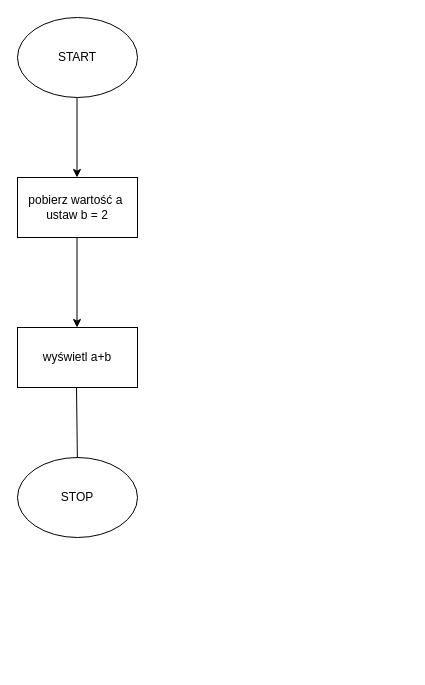
Earlier version of the draw.io diagram Diagram bez tytułu.drawio (marveksik/Algorytmy). Source tidied: cells renumbered, new cells numbered last; positions are measured from the earlier drawing's top-left corner, leaving out a move shared by most shapes. Both pictures are drawn from the tidied source at 100%, with x=0, y=0 at pixel (17, 17).
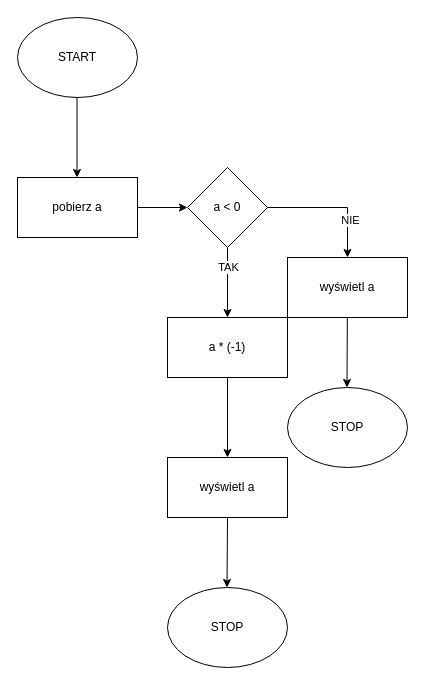
The same diagram, later.

The edit, as a diff of the source:
```diff
@@
-    <mxCell id="4" value="pobierz wartość a&amp;nbsp;&lt;br&gt;ustaw b = 2" style="rounded=0;whiteSpace=wrap;html=1;" parent="1" vertex="1">
+    <mxCell id="4" value="pobierz a" style="rounded=0;whiteSpace=wrap;html=1;" parent="1" vertex="1">
       <mxGeometry y="160" width="120" height="60" as="geometry" />
     </mxCell>
-    <mxCell id="5" style="endArrow=classic;html=1;rounded=0;" parent="1" edge="1">
-      <mxGeometry relative="1" as="geometry">
-        <mxPoint x="59.5" y="220" as="sourcePoint" />
-        <mxPoint x="59.5" y="310" as="targetPoint" />
-      </mxGeometry>
-    </mxCell>
-    <mxCell id="6" value="wyświetl a+b" style="rounded=0;whiteSpace=wrap;html=1;" parent="1" vertex="1">
-      <mxGeometry y="310" width="120" height="60" as="geometry" />
+    <mxCell id="6" value="a * (-1)" style="rounded=0;whiteSpace=wrap;html=1;" parent="1" vertex="1">
+      <mxGeometry x="150" y="300" width="120" height="60" as="geometry" />
     </mxCell>
-    <mxCell id="7" style="endArrow=classic;html=1;rounded=0;" parent="1" edge="1">
-      <mxGeometry relative="1" as="geometry">
-        <mxPoint x="59" y="370" as="sourcePoint" />
-        <mxPoint x="60" y="450" as="targetPoint" />
-      </mxGeometry>
-    </mxCell>
     <mxCell id="8" value="STOP" style="ellipse;whiteSpace=wrap;html=1;" parent="1" vertex="1">
-      <mxGeometry y="440" width="120" height="80" as="geometry" />
+      <mxGeometry x="150" y="570" width="120" height="80" as="geometry" />
     </mxCell>
+    <mxCell id="9" value="a &amp;lt; 0" style="rhombus;whiteSpace=wrap;html=1;" parent="1" vertex="1">
+      <mxGeometry x="170" y="150" width="80" height="80" as="geometry" />
+    </mxCell>
+    <mxCell id="10" style="endArrow=classic;html=1;rounded=0;entryX=0;entryY=0.5;entryDx=0;entryDy=0;" parent="1" edge="1" target="9">
+      <mxGeometry relative="1" as="geometry">
+        <mxPoint x="120" y="190" as="sourcePoint" />
+      </mxGeometry>
+    </mxCell>
+    <mxCell id="11" style="endArrow=classic;html=1;rounded=0;" parent="1" edge="1">
+      <mxGeometry relative="1" as="geometry">
+        <mxPoint x="210" y="230" as="sourcePoint" />
+        <mxPoint x="210" y="300" as="targetPoint" />
+      </mxGeometry>
+    </mxCell>
+    <mxCell id="12" value="TAK" style="edgeLabel;html=1;align=center;verticalAlign=middle;" parent="11" vertex="1">
+      <mxGeometry x="-0.46" relative="1" as="geometry" />
+    </mxCell>
+    <mxCell id="13" style="endArrow=classic;html=1;rounded=0;" parent="1" edge="1">
+      <mxGeometry relative="1" as="geometry">
+        <mxPoint x="250" y="190" as="sourcePoint" />
+        <mxPoint x="330" y="240" as="targetPoint" />
+        <Array as="points">
+          <mxPoint x="330" y="190" />
+        </Array>
+      </mxGeometry>
+    </mxCell>
+    <mxCell id="14" value="NIE" style="edgeLabel;html=1;align=center;verticalAlign=middle;" parent="13" vertex="1">
+      <mxGeometry x="0.42" y="2" relative="1" as="geometry" />
+    </mxCell>
+    <mxCell id="15" value="wyświetl a" style="rounded=0;whiteSpace=wrap;html=1;" parent="1" vertex="1">
+      <mxGeometry x="270" y="240" width="120" height="60" as="geometry" />
+    </mxCell>
+    <mxCell id="16" value="wyświetl a" style="rounded=0;whiteSpace=wrap;html=1;" parent="1" vertex="1">
+      <mxGeometry x="150" y="440" width="120" height="60" as="geometry" />
+    </mxCell>
+    <mxCell id="17" style="endArrow=classic;html=1;rounded=0;" parent="1" edge="1" target="16">
+      <mxGeometry relative="1" as="geometry">
+        <mxPoint x="210" y="360" as="sourcePoint" />
+      </mxGeometry>
+    </mxCell>
+    <mxCell id="18" style="endArrow=classic;html=1;rounded=0;" parent="1" edge="1">
+      <mxGeometry relative="1" as="geometry">
+        <mxPoint x="210" y="500" as="sourcePoint" />
+        <mxPoint x="209.5" y="570" as="targetPoint" />
+      </mxGeometry>
+    </mxCell>
+    <mxCell id="19" value="STOP" style="ellipse;whiteSpace=wrap;html=1;" parent="1" vertex="1">
+      <mxGeometry x="270" y="370" width="120" height="80" as="geometry" />
+    </mxCell>
+    <mxCell id="20" style="endArrow=classic;html=1;rounded=0;" parent="1" edge="1" source="15">
+      <mxGeometry relative="1" as="geometry">
+        <mxPoint x="329.5" y="370" as="targetPoint" />
+      </mxGeometry>
+    </mxCell>
```
